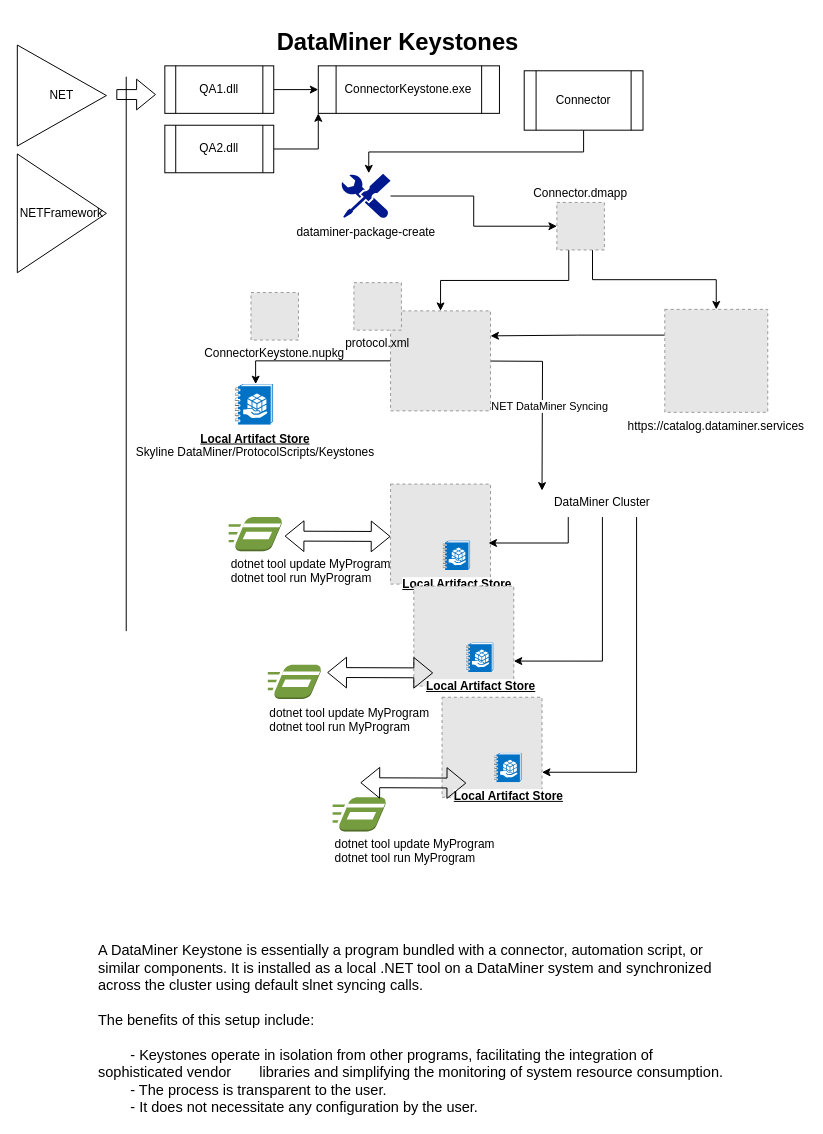
Above: ConnectorAndScriptingKeystones.drawio in janstaelensskyline/DrawIO (draw.io), before the change. Source tidied: cells renumbered, new cells numbered last; positions are measured from the earlier drawing's top-left corner, leaving out a move shared by most shapes. Both pictures are drawn from the tidied source at 99%, with x=0, y=0 at pixel (17, 17). Pictures stored in the file or linked from it are replaced by grey dashed boxes.
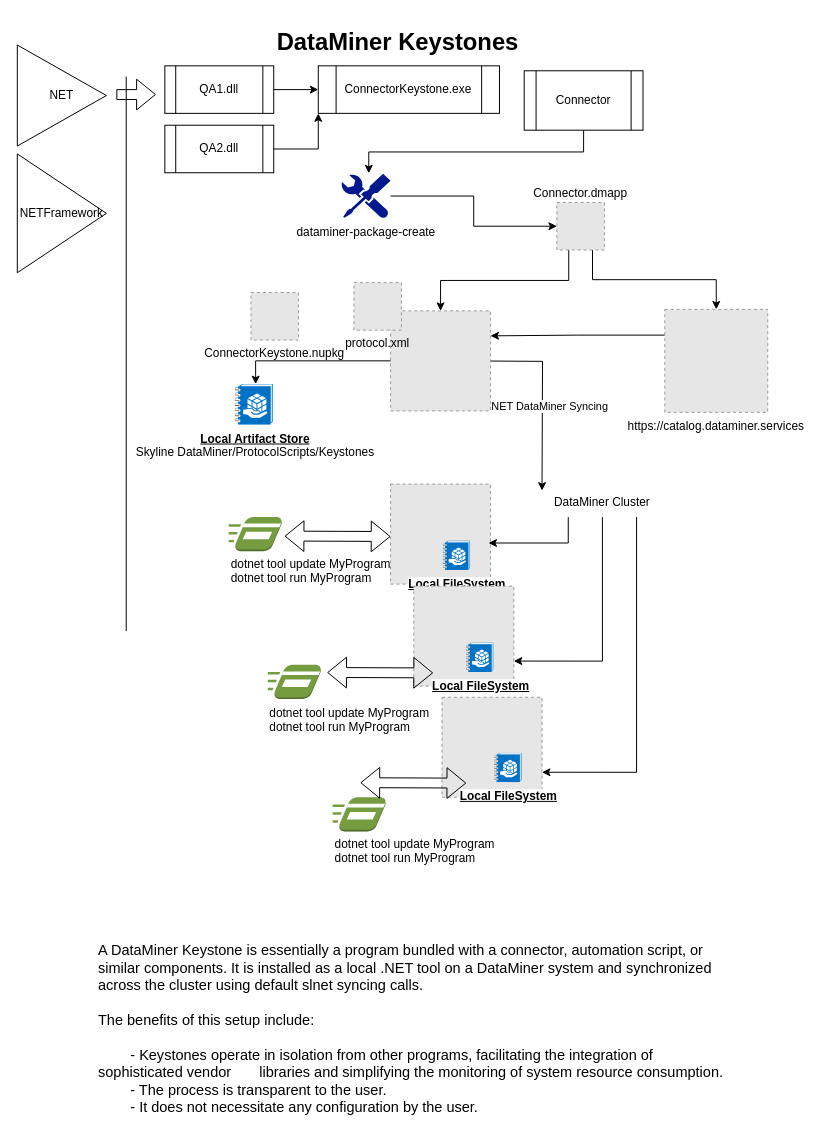
The same page after the edit.

The edit, as a diff of the source:
```diff
@@
-    <mxCell id="34" value="&lt;b&gt;&lt;u&gt;Local Artifact Store&lt;/u&gt;&lt;/b&gt;" style="image;sketch=0;html=1;align=center;fontSize=12;image=img/lib/mscae/Service_Catalog_Managed_Application_Definitions.svg;labelPosition=center;verticalLabelPosition=bottom;verticalAlign=top;" parent="1" vertex="1">
+    <mxCell id="34" value="&lt;b&gt;&lt;u&gt;Local FileSystem&lt;/u&gt;&lt;/b&gt;" style="image;sketch=0;html=1;align=center;fontSize=12;image=img/lib/mscae/Service_Catalog_Managed_Application_Definitions.svg;labelPosition=center;verticalLabelPosition=bottom;verticalAlign=top;" parent="1" vertex="1">
       <mxGeometry x="430" y="529" width="28" height="29.8" as="geometry" />
     </mxCell>
@@
-    <mxCell id="36" value="&lt;b&gt;&lt;u&gt;Local Artifact Store&lt;/u&gt;&lt;/b&gt;" style="image;sketch=0;html=1;align=center;fontSize=12;image=img/lib/mscae/Service_Catalog_Managed_Application_Definitions.svg;labelPosition=center;verticalLabelPosition=bottom;verticalAlign=top;" parent="1" vertex="1">
+    <mxCell id="36" value="&lt;b&gt;&lt;u&gt;Local FileSystem&lt;/u&gt;&lt;/b&gt;" style="image;sketch=0;html=1;align=center;fontSize=12;image=img/lib/mscae/Service_Catalog_Managed_Application_Definitions.svg;labelPosition=center;verticalLabelPosition=bottom;verticalAlign=top;" parent="1" vertex="1">
       <mxGeometry x="453.5" y="632" width="28" height="29.8" as="geometry" />
     </mxCell>
@@
-    <mxCell id="38" value="&lt;b&gt;&lt;u&gt;Local Artifact Store&lt;/u&gt;&lt;/b&gt;" style="image;sketch=0;html=1;align=center;fontSize=12;image=img/lib/mscae/Service_Catalog_Managed_Application_Definitions.svg;labelPosition=center;verticalLabelPosition=bottom;verticalAlign=top;" parent="1" vertex="1">
+    <mxCell id="38" value="&lt;b&gt;&lt;u&gt;Local FileSystem&lt;/u&gt;&lt;/b&gt;" style="image;sketch=0;html=1;align=center;fontSize=12;image=img/lib/mscae/Service_Catalog_Managed_Application_Definitions.svg;labelPosition=center;verticalLabelPosition=bottom;verticalAlign=top;" parent="1" vertex="1">
       <mxGeometry x="482" y="743.3" width="28" height="29.8" as="geometry" />
     </mxCell>
```
